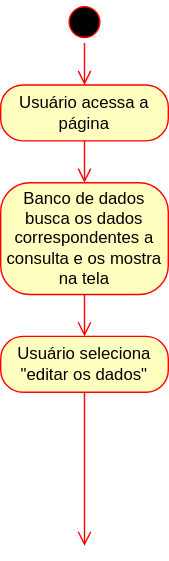
Before: [UC03] Visualizar Consulta/Fluxo de Atividades [UC03] Visualizar Consulta.drawio.svg, a diagram exported from draw.io (SIGH-Projeto-de-Topicos/SIGH-Diagrams). Source tidied: cells renumbered, new cells last; positions are measured from the earlier drawing's top-left corner, leaving out a move shared by most shapes.
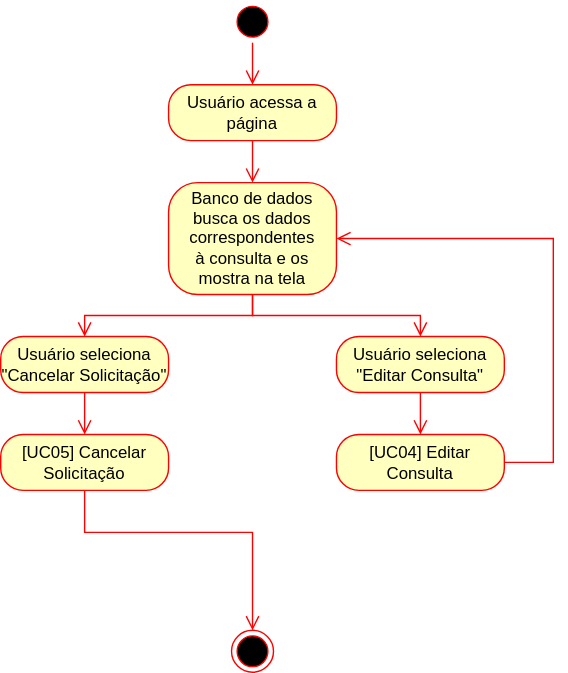
The same file after the commit.

Diff of the diagram source:
```diff
@@ -14,19 +14,51 @@
     <mxCell id="5" style="edgeStyle=orthogonalEdgeStyle;html=1;verticalAlign=bottom;endArrow=open;endSize=8;strokeColor=#ff0000;rounded=0;" parent="1" edge="1" source="4" target="6">
       <mxGeometry relative="1" as="geometry" />
     </mxCell>
-    <mxCell id="6" value="Banco de dados busca os dados correspondentes a consulta e os mostra na tela" style="rounded=1;whiteSpace=wrap;html=1;arcSize=26;fontColor=#000000;fillColor=#ffffc0;strokeColor=#ff0000;" parent="1" vertex="1">
+    <mxCell id="6" value="Banco de dados busca os dados correspondentes à&amp;nbsp;consulta e os mostra na tela" style="rounded=1;whiteSpace=wrap;html=1;arcSize=26;fontColor=#000000;fillColor=#ffffc0;strokeColor=#ff0000;" parent="1" vertex="1">
       <mxGeometry y="130" width="120" height="80" as="geometry" />
     </mxCell>
     <mxCell id="7" style="edgeStyle=orthogonalEdgeStyle;html=1;verticalAlign=bottom;endArrow=open;endSize=8;strokeColor=#ff0000;rounded=0;entryX=0.5;entryY=0;entryDx=0;entryDy=0;" parent="1" edge="1" source="6" target="8">
       <mxGeometry relative="1" as="geometry" />
     </mxCell>
-    <mxCell id="8" value="Usuário seleciona &quot;editar os dados&quot;" style="rounded=1;whiteSpace=wrap;html=1;arcSize=40;fontColor=#000000;fillColor=#ffffc0;strokeColor=#ff0000;" parent="1" vertex="1">
-      <mxGeometry y="240" width="120" height="40" as="geometry" />
+    <mxCell id="8" value="Usuário seleciona &quot;Editar Consulta&quot;" style="rounded=1;whiteSpace=wrap;html=1;arcSize=40;fontColor=#000000;fillColor=#ffffc0;strokeColor=#ff0000;" parent="1" vertex="1">
+      <mxGeometry x="120" y="240" width="120" height="40" as="geometry" />
     </mxCell>
-    <mxCell id="9" style="edgeStyle=orthogonalEdgeStyle;html=1;verticalAlign=bottom;endArrow=open;endSize=8;strokeColor=#ff0000;rounded=0;" parent="1" edge="1" source="8">
-      <mxGeometry relative="1" as="geometry">
-        <mxPoint x="60" y="390" as="targetPoint" />
-      </mxGeometry>
-    </mxCell>
+    <mxCell id="10" style="edgeStyle=orthogonalEdgeStyle;html=1;verticalAlign=bottom;endArrow=open;endSize=8;strokeColor=#ff0000;rounded=0;entryX=1;entryY=0.5;entryDx=0;entryDy=0;" parent="1" edge="1" source="11" target="6">
+      <mxGeometry relative="1" as="geometry">
+        <Array as="points">
+          <mxPoint x="275" y="330" />
+          <mxPoint x="275" y="170" />
+        </Array>
+      </mxGeometry>
+    </mxCell>
+    <mxCell id="11" value="[UC04] Editar Consulta" style="rounded=1;whiteSpace=wrap;html=1;arcSize=40;fontColor=#000000;fillColor=#ffffc0;strokeColor=#ff0000;" parent="1" vertex="1">
+      <mxGeometry x="120" y="310" width="120" height="40" as="geometry" />
+    </mxCell>
+    <mxCell id="12" style="edgeStyle=orthogonalEdgeStyle;html=1;verticalAlign=bottom;endArrow=open;endSize=8;strokeColor=#ff0000;rounded=0;" parent="1" edge="1" source="8" target="11">
+      <mxGeometry relative="1" as="geometry" />
+    </mxCell>
+    <mxCell id="13" value="Usuário seleciona &quot;Cancelar Solicitação&quot;" style="rounded=1;whiteSpace=wrap;html=1;arcSize=40;fontColor=#000000;fillColor=#ffffc0;strokeColor=#ff0000;" parent="1" vertex="1">
+      <mxGeometry x="-120" y="240" width="120" height="40" as="geometry" />
+    </mxCell>
+    <mxCell id="14" style="edgeStyle=orthogonalEdgeStyle;html=1;verticalAlign=bottom;endArrow=open;endSize=8;strokeColor=#ff0000;rounded=0;" parent="1" edge="1" source="13" target="16">
+      <mxGeometry relative="1" as="geometry" />
+    </mxCell>
+    <mxCell id="15" style="edgeStyle=orthogonalEdgeStyle;html=1;verticalAlign=bottom;endArrow=open;endSize=8;strokeColor=#ff0000;rounded=0;exitX=0.5;exitY=1;exitDx=0;exitDy=0;entryX=0.5;entryY=0;entryDx=0;entryDy=0;" parent="1" edge="1" source="6" target="13">
+      <mxGeometry relative="1" as="geometry" />
+    </mxCell>
+    <mxCell id="16" value="[UC05] Cancelar Solicitação" style="rounded=1;whiteSpace=wrap;html=1;arcSize=40;fontColor=#000000;fillColor=#ffffc0;strokeColor=#ff0000;" parent="1" vertex="1">
+      <mxGeometry x="-120" y="310" width="120" height="40" as="geometry" />
+    </mxCell>
+    <mxCell id="17" style="edgeStyle=orthogonalEdgeStyle;html=1;verticalAlign=bottom;endArrow=open;endSize=8;strokeColor=#ff0000;rounded=0;" parent="1" edge="1" source="16" target="18">
+      <mxGeometry relative="1" as="geometry">
+        <Array as="points">
+          <mxPoint x="-60" y="380" />
+          <mxPoint x="60" y="380" />
+        </Array>
+      </mxGeometry>
+    </mxCell>
+    <mxCell id="18" style="ellipse;html=1;shape=endState;fillColor=#000000;strokeColor=#ff0000;" parent="1" vertex="1">
+      <mxGeometry x="45" y="450" width="30" height="30" as="geometry" />
+    </mxCell>
   </root>
 </mxGraphModel>
```
